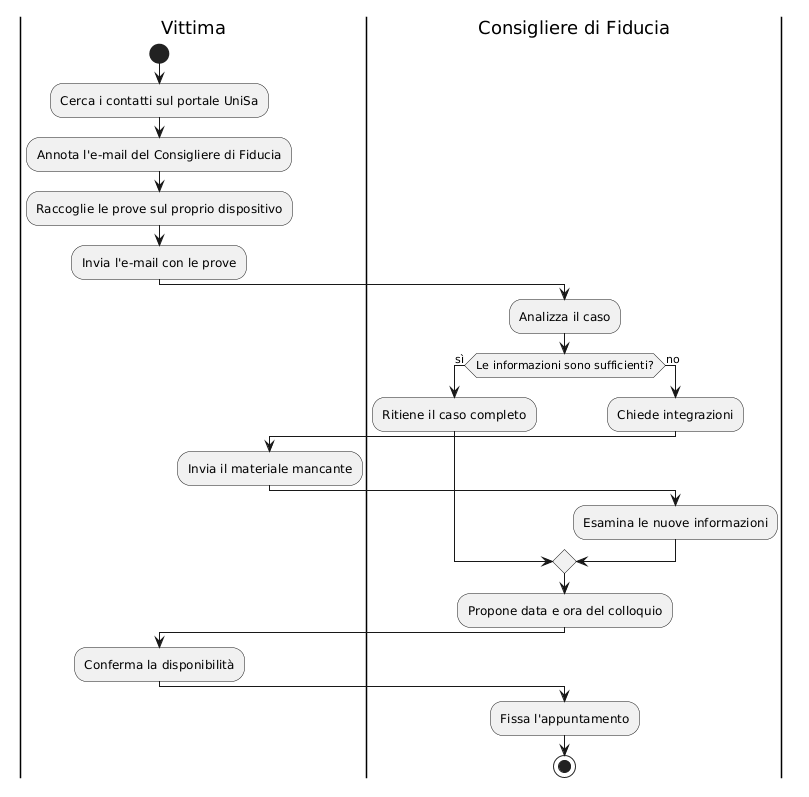
Earlier version of the PlantUML export docs/rad/assets/images/AD_Unico.png (pharos-oss/pharos).
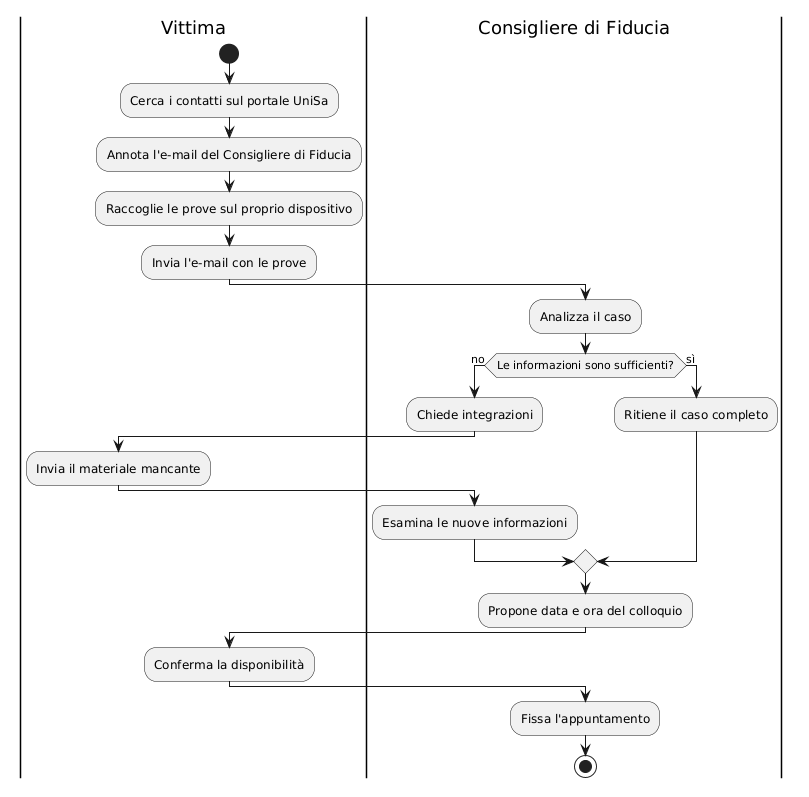
Above is the later version.

Commit message:
docs: Modifica dell'activity diagram, con l'inversione del 'si' e del 'no', in modo da rendere lo schema più leggibile e chiaro.

Diff of the diagram source:
```diff
@@ -8,14 +8,14 @@
 
 |Consigliere di Fiducia|
 :Analizza il caso;
-if (Le informazioni sono sufficienti?) then (sì)
-  :Ritiene il caso completo;
-else (no)
+if (Le informazioni sono sufficienti?) then (no)
   :Chiede integrazioni;
   |Vittima|
   :Invia il materiale mancante;
   |Consigliere di Fiducia|
   :Esamina le nuove informazioni;
+else (sì)
+  :Ritiene il caso completo;
 endif
 :Propone data e ora del colloquio;
 
```
